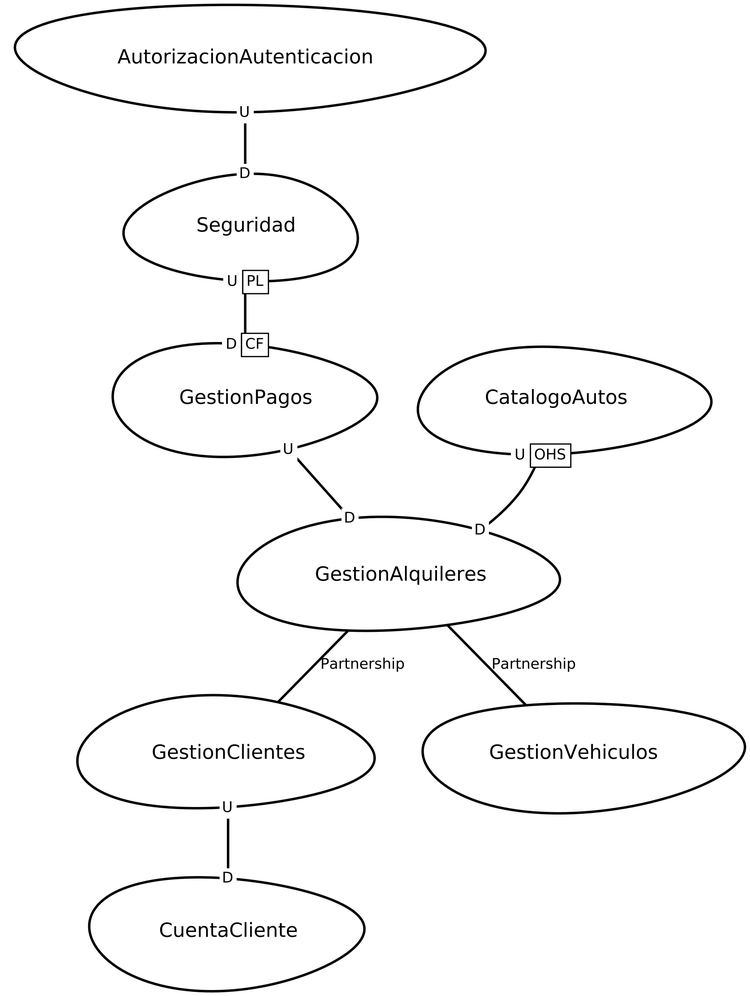
Above: src-gen/SalazarAlquiler_ContextMap.png in Rocasari/SWIIISalazarAlquiler (Graphviz), before the change. Its source is kept beside it as src-gen/SalazarAlquiler_ContextMap.gv.
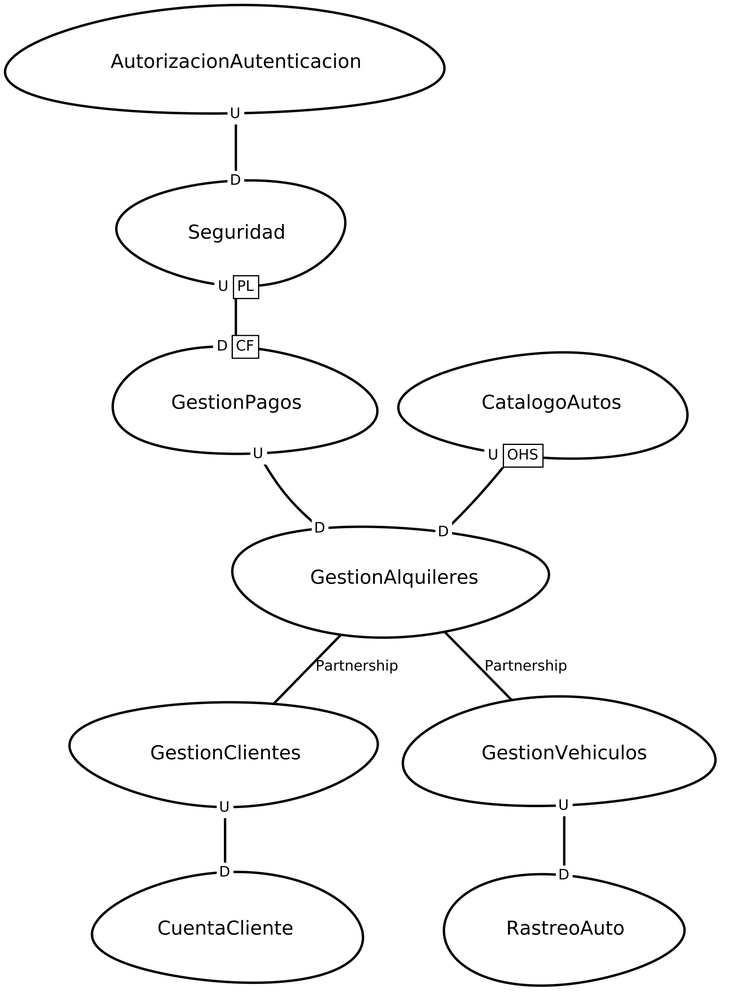
Later version of the same file.

The edit, as a diff of the source:
```diff
@@ -1,13 +1,14 @@
 digraph "ContextMapGraph" {
 graph ["imagepath"="/tmp/GraphvizJava"]
-"AutorizacionAutenticacion" ["margin"="0.3","orientation"="167","shape"="egg","fontsize"="16","style"="bold","label"="AutorizacionAutenticacion\n","fontname"="sans-serif"]
-"Seguridad" ["margin"="0.3","orientation"="21","shape"="egg","fontsize"="16","style"="bold","label"="Seguridad\n","fontname"="sans-serif"]
-"GestionPagos" ["margin"="0.3","orientation"="44","shape"="egg","fontsize"="16","style"="bold","label"="GestionPagos\n","fontname"="sans-serif"]
-"GestionAlquileres" ["margin"="0.3","orientation"="312","shape"="egg","fontsize"="16","style"="bold","label"="GestionAlquileres\n","fontname"="sans-serif"]
-"GestionClientes" ["margin"="0.3","orientation"="2","shape"="egg","fontsize"="16","style"="bold","label"="GestionClientes\n","fontname"="sans-serif"]
-"CuentaCliente" ["margin"="0.3","orientation"="66","shape"="egg","fontsize"="16","style"="bold","label"="CuentaCliente\n","fontname"="sans-serif"]
-"GestionVehiculos" ["margin"="0.3","orientation"="205","shape"="egg","fontsize"="16","style"="bold","label"="GestionVehiculos\n","fontname"="sans-serif"]
-"CatalogoAutos" ["margin"="0.3","orientation"="331","shape"="egg","fontsize"="16","style"="bold","label"="CatalogoAutos\n","fontname"="sans-serif"]
+"AutorizacionAutenticacion" ["margin"="0.3","orientation"="0","shape"="egg","fontsize"="16","style"="bold","label"="AutorizacionAutenticacion\n","fontname"="sans-serif"]
+"Seguridad" ["margin"="0.3","orientation"="55","shape"="egg","fontsize"="16","style"="bold","label"="Seguridad\n","fontname"="sans-serif"]
+"GestionPagos" ["margin"="0.3","orientation"="239","shape"="egg","fontsize"="16","style"="bold","label"="GestionPagos\n","fontname"="sans-serif"]
+"GestionAlquileres" ["margin"="0.3","orientation"="67","shape"="egg","fontsize"="16","style"="bold","label"="GestionAlquileres\n","fontname"="sans-serif"]
+"GestionClientes" ["margin"="0.3","orientation"="73","shape"="egg","fontsize"="16","style"="bold","label"="GestionClientes\n","fontname"="sans-serif"]
+"CuentaCliente" ["margin"="0.3","orientation"="20","shape"="egg","fontsize"="16","style"="bold","label"="CuentaCliente\n","fontname"="sans-serif"]
+"GestionVehiculos" ["margin"="0.3","orientation"="211","shape"="egg","fontsize"="16","style"="bold","label"="GestionVehiculos\n","fontname"="sans-serif"]
+"RastreoAuto" ["margin"="0.3","orientation"="220","shape"="egg","fontsize"="16","style"="bold","label"="RastreoAuto\n","fontname"="sans-serif"]
+"CatalogoAutos" ["margin"="0.3","orientation"="58","shape"="egg","fontsize"="16","style"="bold","label"="CatalogoAutos\n","fontname"="sans-serif"]
 "AutorizacionAutenticacion" -> "Seguridad" ["headlabel"=<<table cellspacing="0" cellborder="0" border="0">
 <tr><td bgcolor="white">D</td></tr>
 </table>>,"labeldistance"="0","fontsize"="12","taillabel"=<<table cellspacing="0" cellborder="0" border="0">
@@ -30,6 +31,11 @@
 </table>>,"labeldistance"="0","fontsize"="12","taillabel"=<<table cellspacing="0" cellborder="0" border="0">
 <tr><td bgcolor="white">U</td></tr>
 </table>>,"style"="bold","label"="                                        ","dir"="none","fontname"="sans-serif"]
+"GestionVehiculos" -> "RastreoAuto" ["headlabel"=<<table cellspacing="0" cellborder="0" border="0">
+<tr><td bgcolor="white">D</td></tr>
+</table>>,"labeldistance"="0","fontsize"="12","taillabel"=<<table cellspacing="0" cellborder="0" border="0">
+<tr><td bgcolor="white">U</td></tr>
+</table>>,"style"="bold","label"="                                        ","dir"="none","fontname"="sans-serif"]
 "CatalogoAutos" -> "GestionAlquileres" ["headlabel"=<<table cellspacing="0" cellborder="0" border="0">
 <tr><td bgcolor="white">D</td></tr>
 </table>>,"labeldistance"="0","fontsize"="12","taillabel"=<<table cellspacing="0" cellborder="1" border="0">
```
